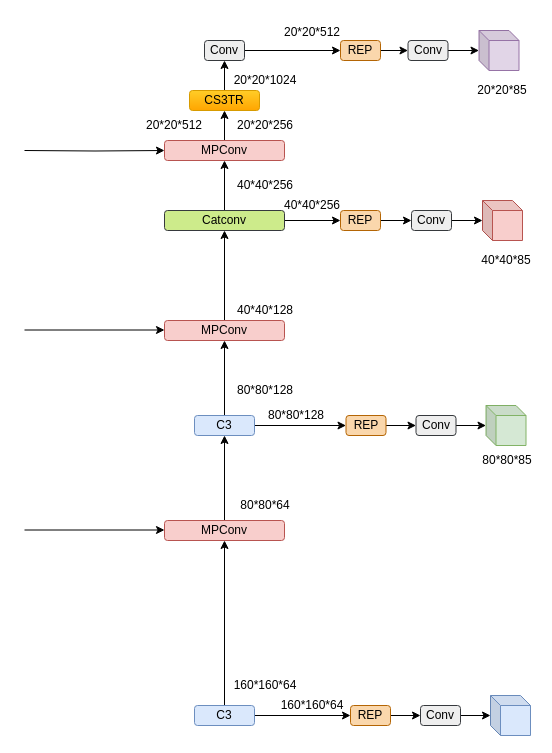
YANGJUNYAN0715/papers keeps this draw.io diagram as 新head.drawio. Above is the earlier version. Source tidied: cells renumbered, new cells numbered last; positions are measured from the earlier drawing's top-left corner, leaving out a move shared by most shapes. Both pictures are drawn from the tidied source at 100%, with x=0, y=0 at pixel (24, 17).
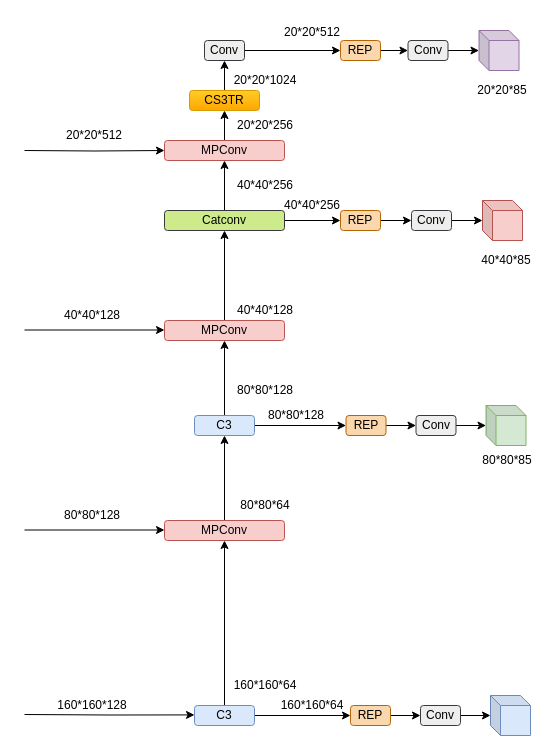
Above is the later version.

Diff of the diagram source:
```diff
@@
-    <mxCell id="51" value="20*20*512" style="text;html=1;strokeColor=none;fillColor=none;align=center;verticalAlign=middle;whiteSpace=wrap;rounded=0;strokeWidth=1;fontSize=12;" parent="1" vertex="1">
-      <mxGeometry x="120" y="93" width="60" height="30" as="geometry" />
-    </mxCell>
@@
+    <mxCell id="60" value="160*160*128" style="text;html=1;strokeColor=none;fillColor=none;align=center;verticalAlign=middle;whiteSpace=wrap;rounded=0;strokeWidth=1;fontSize=12;" parent="1" vertex="1">
+      <mxGeometry x="40" y="673" width="56" height="30" as="geometry" />
+    </mxCell>
+    <mxCell id="61" value="80*80*128" style="text;html=1;strokeColor=none;fillColor=none;align=center;verticalAlign=middle;whiteSpace=wrap;rounded=0;strokeWidth=1;fontSize=12;" parent="1" vertex="1">
+      <mxGeometry x="40" y="483" width="56" height="30" as="geometry" />
+    </mxCell>
+    <mxCell id="62" value="40*40*128" style="text;html=1;strokeColor=none;fillColor=none;align=center;verticalAlign=middle;whiteSpace=wrap;rounded=0;strokeWidth=1;fontSize=12;" parent="1" vertex="1">
+      <mxGeometry x="40" y="283" width="56" height="30" as="geometry" />
+    </mxCell>
+    <mxCell id="63" style="edgeStyle=orthogonalEdgeStyle;rounded=0;orthogonalLoop=1;jettySize=auto;html=1;entryX=0;entryY=0.5;entryDx=0;entryDy=0;" parent="1" edge="1">
+      <mxGeometry relative="1" as="geometry">
+        <mxPoint y="697" as="sourcePoint" />
+        <mxPoint x="170" y="697.4" as="targetPoint" />
+      </mxGeometry>
+    </mxCell>
+    <mxCell id="51" value="20*20*512" style="text;html=1;strokeColor=none;fillColor=none;align=center;verticalAlign=middle;whiteSpace=wrap;rounded=0;strokeWidth=1;fontSize=12;" parent="1" vertex="1">
+      <mxGeometry x="40" y="103" width="60" height="30" as="geometry" />
+    </mxCell>
```
